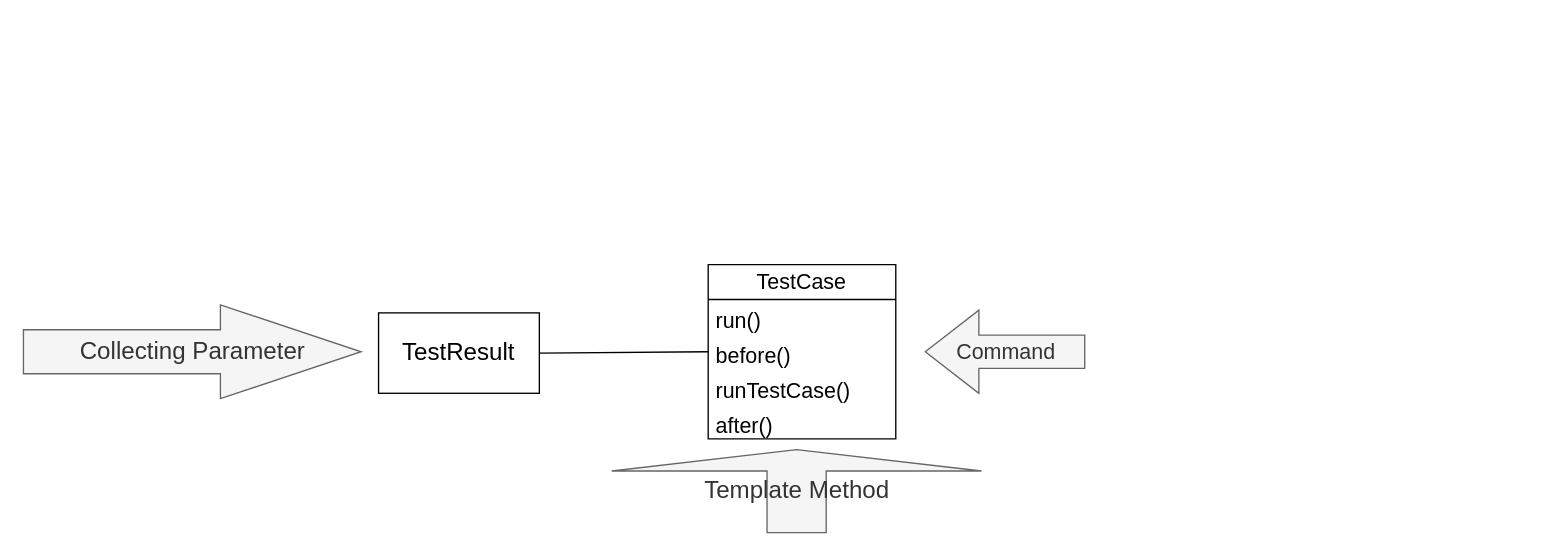
This is JunitPatters.drawio from nooblette/junit-creation, a draw.io file, before an edit. Source tidied: cells renumbered, new cells numbered last; positions are measured from the earlier drawing's top-left corner, leaving out a move shared by most shapes. Both pictures are drawn from the tidied source at 134%, with x=0, y=0 at pixel (23, 264).
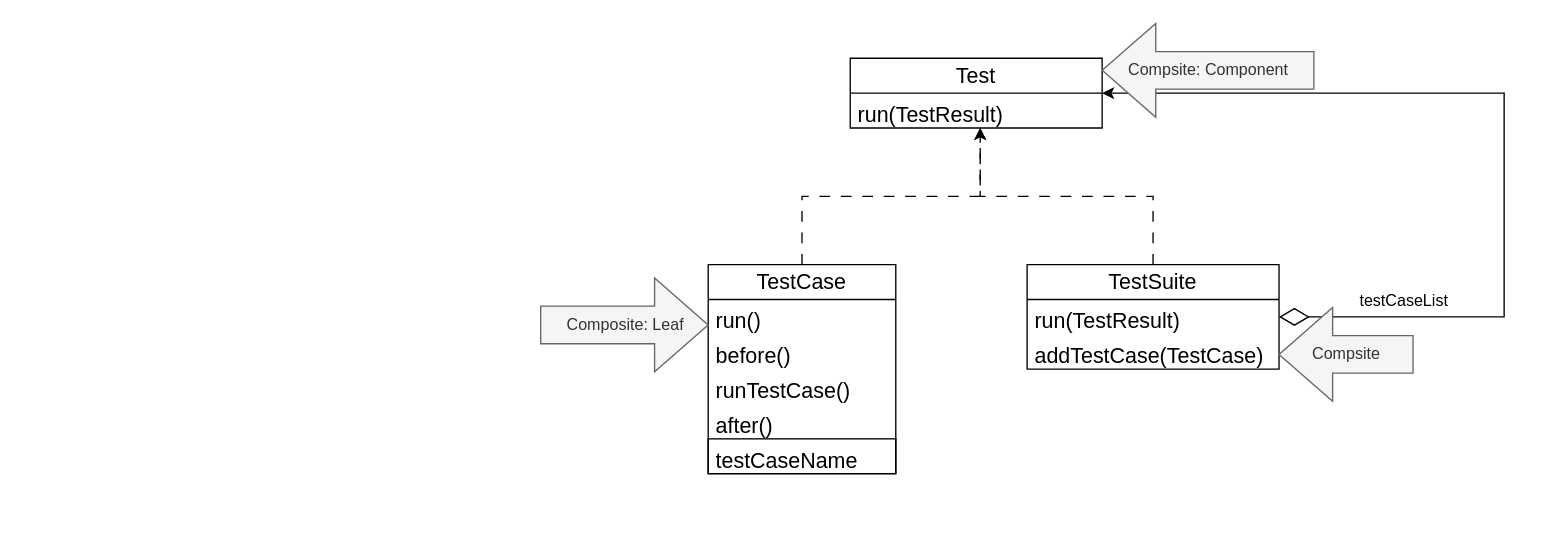
Above is the later version.

Change to the diagram source:
```diff
@@
     <mxCell id="2" value="TestCase" style="swimlane;fontStyle=0;horizontal=1;startSize=26;fillColor=none;whiteSpace=wrap;html=1;fontSize=16;" parent="1" vertex="1">
-      <mxGeometry x="511" width="140" height="130" as="geometry" />
+      <mxGeometry x="511" width="140" height="156" as="geometry" />
     </mxCell>
@@
+    <mxCell id="12" value="after()" style="text;strokeColor=none;fillColor=none;align=left;verticalAlign=top;spacingLeft=4;spacingRight=4;overflow=hidden;whiteSpace=wrap;html=1;fontSize=16;" parent="2" vertex="1">
+      <mxGeometry y="104" width="140" height="26" as="geometry" />
+    </mxCell>
-    <mxCell id="6" value="after()" style="text;strokeColor=none;fillColor=none;align=left;verticalAlign=top;spacingLeft=4;spacingRight=4;overflow=hidden;whiteSpace=wrap;html=1;fontSize=16;" parent="2" vertex="1">
-      <mxGeometry y="104" width="140" height="26" as="geometry" />
+    <mxCell id="6" value="testCaseName" style="text;strokeColor=default;fillColor=none;align=left;verticalAlign=top;spacingLeft=4;spacingRight=4;overflow=hidden;whiteSpace=wrap;html=1;fontSize=16;" parent="2" vertex="1">
+      <mxGeometry y="130" width="140" height="26" as="geometry" />
     </mxCell>
-    <mxCell id="7" value="Command" style="html=1;shadow=0;dashed=0;align=center;verticalAlign=middle;shape=mxgraph.arrows2.arrow;dy=0.6;dx=40;flipH=1;notch=0;fontSize=16;fillColor=#f5f5f5;fontColor=#333333;strokeColor=#666666;" parent="1" vertex="1">
-      <mxGeometry x="673" y="34" width="119" height="62" as="geometry" />
-    </mxCell>
-    <mxCell id="8" value="&lt;font style=&quot;font-size: 18px;&quot;&gt;TestResult&lt;/font&gt;" style="rounded=0;whiteSpace=wrap;html=1;" parent="1" vertex="1">
-      <mxGeometry x="265" y="36" width="120" height="60" as="geometry" />
-    </mxCell>
-    <mxCell id="9" value="&lt;font style=&quot;font-size: 18px;&quot;&gt;Collecting Parameter&lt;/font&gt;" style="html=1;shadow=0;dashed=0;align=center;verticalAlign=middle;shape=mxgraph.arrows2.arrow;dy=0.53;dx=105;notch=0;fillColor=#f5f5f5;fontColor=#333333;strokeColor=#666666;" parent="1" vertex="1">
-      <mxGeometry y="30" width="252" height="70" as="geometry" />
-    </mxCell>
-    <mxCell id="10" value="&lt;font style=&quot;font-size: 18px;&quot;&gt;Template Method&lt;/font&gt;" style="html=1;shadow=0;dashed=0;align=center;verticalAlign=middle;shape=mxgraph.arrows2.arrow;dy=0.84;dx=16;direction=north;notch=0;fillColor=#f5f5f5;fontColor=#333333;strokeColor=#666666;" parent="1" vertex="1">
-      <mxGeometry x="439" y="138" width="276" height="62" as="geometry" />
-    </mxCell>
-    <mxCell id="11" style="endArrow=none;html=1;rounded=0;exitX=1;exitY=0.5;exitDx=0;exitDy=0;entryX=0;entryY=0.5;entryDx=0;entryDy=0;" parent="1" edge="1" source="8" target="2">
-      <mxGeometry relative="1" as="geometry" />
-    </mxCell>
+    <mxCell id="13" style="edgeStyle=orthogonalEdgeStyle;rounded=0;jettySize=auto;html=1;entryX=1;entryY=0.5;entryDx=0;entryDy=0;startArrow=diamondThin;startFill=0;targetPerimeterSpacing=10;startSize=20;" parent="1" edge="1" source="14" target="17">
+      <mxGeometry relative="1" as="geometry">
+        <Array as="points">
+          <mxPoint x="1105" y="39" />
+          <mxPoint x="1105" y="-128" />
+        </Array>
+      </mxGeometry>
+    </mxCell>
+    <mxCell id="14" value="TestSuite" style="swimlane;fontStyle=0;horizontal=1;startSize=26;fillColor=none;whiteSpace=wrap;html=1;fontSize=16;" parent="1" vertex="1">
+      <mxGeometry x="749" width="188" height="78" as="geometry" />
+    </mxCell>
+    <mxCell id="15" value="run(TestResult)" style="text;strokeColor=none;fillColor=none;align=left;verticalAlign=top;spacingLeft=4;spacingRight=4;overflow=hidden;whiteSpace=wrap;html=1;fontSize=16;" parent="14" vertex="1">
+      <mxGeometry y="26" width="188" height="26" as="geometry" />
+    </mxCell>
+    <mxCell id="16" value="addTestCase(TestCase)" style="text;strokeColor=none;fillColor=none;align=left;verticalAlign=top;spacingLeft=4;spacingRight=4;overflow=hidden;whiteSpace=wrap;html=1;fontSize=16;" parent="14" vertex="1">
+      <mxGeometry y="52" width="188" height="26" as="geometry" />
+    </mxCell>
+    <mxCell id="17" value="Test" style="swimlane;fontStyle=0;horizontal=1;startSize=26;fillColor=none;whiteSpace=wrap;html=1;fontSize=16;" parent="1" vertex="1">
+      <mxGeometry x="617" y="-154" width="188" height="52" as="geometry" />
+    </mxCell>
+    <mxCell id="18" value="run(TestResult)" style="text;strokeColor=none;fillColor=none;align=left;verticalAlign=top;spacingLeft=4;spacingRight=4;overflow=hidden;points=[[0,0.5],[1,0.5]];portConstraint=eastwest;whiteSpace=wrap;html=1;fontSize=16;" parent="17" vertex="1">
+      <mxGeometry y="26" width="188" height="26" as="geometry" />
+    </mxCell>
+    <mxCell id="19" style="edgeStyle=orthogonalEdgeStyle;rounded=0;jettySize=auto;html=1;entryX=0.516;entryY=1;entryDx=0;entryDy=0;entryPerimeter=0;strokeColor=default;dashed=1;dashPattern=8 8;" parent="1" edge="1" source="2" target="18">
+      <mxGeometry relative="1" as="geometry" />
+    </mxCell>
+    <mxCell id="20" style="edgeStyle=orthogonalEdgeStyle;rounded=0;jettySize=auto;html=1;entryX=0.516;entryY=1;entryDx=0;entryDy=0;entryPerimeter=0;strokeColor=default;dashed=1;dashPattern=8 8;" parent="1" edge="1" source="14" target="18">
+      <mxGeometry relative="1" as="geometry" />
+    </mxCell>
+    <mxCell id="21" value="testCaseList" style="text;html=1;strokeColor=none;fillColor=none;align=center;verticalAlign=middle;whiteSpace=wrap;rounded=0;" parent="1" vertex="1">
+      <mxGeometry x="984" y="12" width="93" height="30" as="geometry" />
+    </mxCell>
+    <mxCell id="22" value="Compsite" style="html=1;shadow=0;dashed=0;align=center;verticalAlign=middle;shape=mxgraph.arrows2.arrow;dy=0.6;dx=40;flipH=1;notch=0;fillColor=#f5f5f5;fontColor=#333333;strokeColor=#666666;" parent="1" vertex="1">
+      <mxGeometry x="937" y="32" width="100" height="70" as="geometry" />
+    </mxCell>
+    <mxCell id="23" value="Compsite: Component" style="html=1;shadow=0;dashed=0;align=center;verticalAlign=middle;shape=mxgraph.arrows2.arrow;dy=0.6;dx=40;flipH=1;notch=0;fillColor=#f5f5f5;fontColor=#333333;strokeColor=#666666;" parent="1" vertex="1">
+      <mxGeometry x="805" y="-180" width="158" height="70" as="geometry" />
+    </mxCell>
+    <mxCell id="24" value="Composite: Leaf" style="html=1;shadow=0;dashed=0;align=center;verticalAlign=middle;shape=mxgraph.arrows2.arrow;dy=0.6;dx=40;notch=0;fillColor=#f5f5f5;fontColor=#333333;strokeColor=#666666;" parent="1" vertex="1">
+      <mxGeometry x="386" y="10" width="125" height="70" as="geometry" />
+    </mxCell>
```
